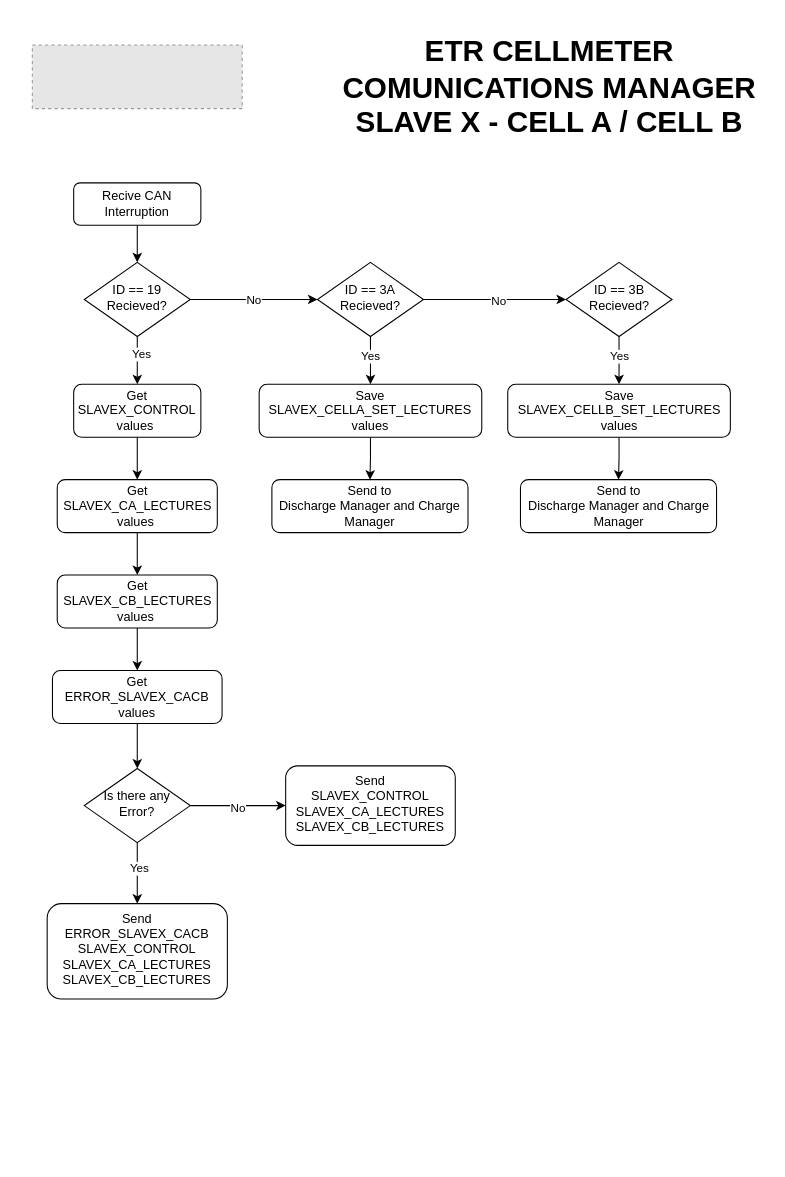
Before: SW/1_Design Documents/ComunicationsManager_FlowChart.drawio in eTechRacing/CAPACIMETER, a draw.io diagram. Source tidied: cells renumbered, new cells numbered last; positions are measured from the earlier drawing's top-left corner, leaving out a move shared by most shapes. Both pictures are drawn from the tidied source at 106%, with x=0, y=0 at pixel (32, 34). Pictures stored in the file or linked from it are replaced by grey dashed boxes.
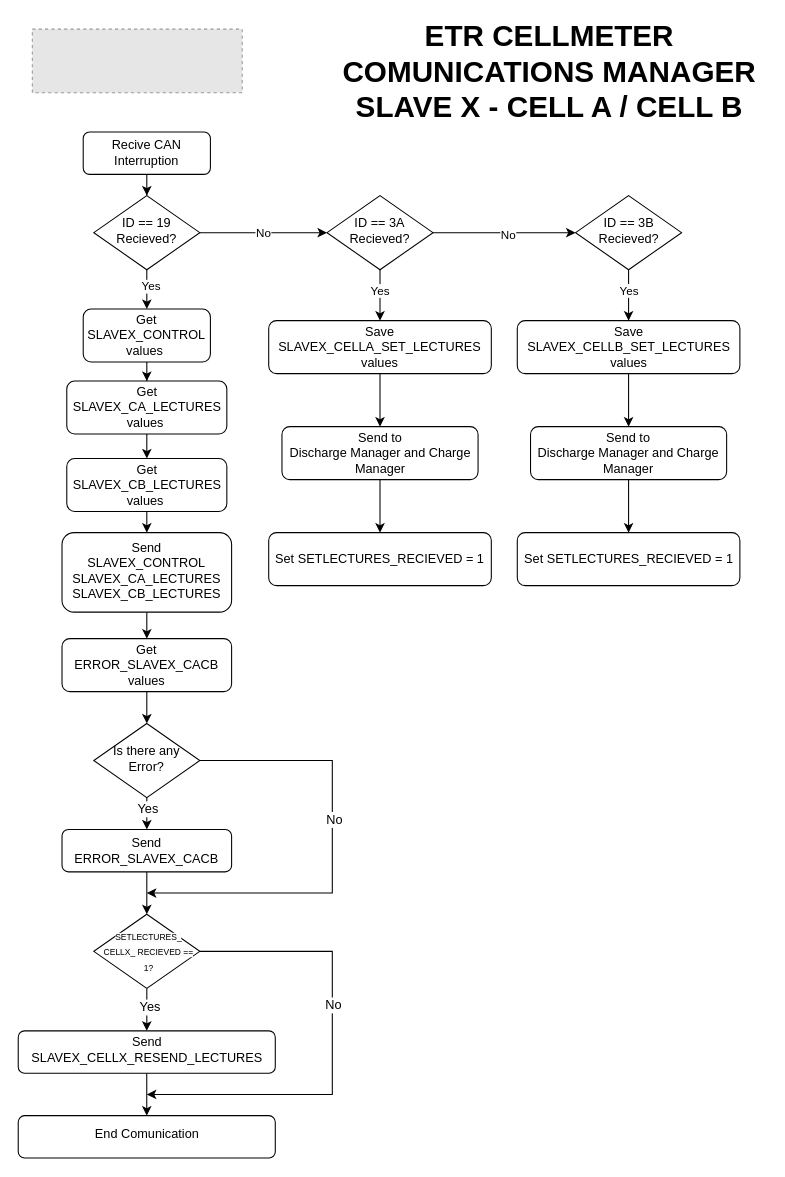
The same page after the edit.

Commit message (it also covers changes not shown here):
Updated Flow Chart

What changed in the source:
```diff
@@
     <mxCell id="3" value="Recive CAN Interruption" style="rounded=1;whiteSpace=wrap;html=1;fontSize=12;glass=0;strokeWidth=1;shadow=0;" parent="1" vertex="1">
-      <mxGeometry x="39" y="140" width="120" height="40" as="geometry" />
+      <mxGeometry x="48" y="92" width="120" height="40" as="geometry" />
     </mxCell>
@@
     <mxCell id="8" value="ID == 19 Recieved?" style="rhombus;whiteSpace=wrap;html=1;shadow=0;fontFamily=Helvetica;fontSize=12;align=center;strokeWidth=1;spacing=6;spacingTop=-4;" parent="1" vertex="1">
-      <mxGeometry x="49" y="215" width="100" height="70" as="geometry" />
+      <mxGeometry x="58" y="152" width="100" height="70" as="geometry" />
     </mxCell>
     <mxCell id="9" style="fillColor=#E6E6E6;strokeColor=#999999;dashed=1;verticalLabelPosition=bottom;labelBackgroundColor=default;verticalAlign=top;" parent="1" vertex="1">
-      <mxGeometry y="10" width="198" height="60" as="geometry" />
+      <mxGeometry y="-5" width="198" height="60" as="geometry" />
     </mxCell>
     <mxCell id="10" value="&lt;font style=&quot;font-size: 28px;&quot;&gt;&lt;b&gt;ETR CELLMETER COMUNICATIONS MANAGER&lt;/b&gt;&lt;/font&gt;&lt;div&gt;&lt;span style=&quot;font-size: 28px;&quot;&gt;&lt;b&gt;SLAVE X - CELL A / CELL B&lt;/b&gt;&lt;/span&gt;&lt;/div&gt;" style="text;html=1;align=center;verticalAlign=middle;whiteSpace=wrap;rounded=0;" parent="1" vertex="1">
-      <mxGeometry x="283" width="410" height="100" as="geometry" />
+      <mxGeometry x="283" y="-15" width="410" height="100" as="geometry" />
     </mxCell>
@@
     <mxCell id="12" value="Get SLAVEX_CONTROL values&amp;nbsp;" style="rounded=1;whiteSpace=wrap;html=1;fontSize=12;glass=0;strokeWidth=1;shadow=0;" parent="1" vertex="1">
-      <mxGeometry x="39" y="330" width="120" height="50" as="geometry" />
+      <mxGeometry x="48" y="259" width="120" height="50" as="geometry" />
     </mxCell>
@@
     <mxCell id="14" value="Get SLAVEX_CA_LECTURES values&amp;nbsp;" style="rounded=1;whiteSpace=wrap;html=1;fontSize=12;glass=0;strokeWidth=1;shadow=0;" parent="1" vertex="1">
-      <mxGeometry x="23.5" y="420" width="151" height="50" as="geometry" />
+      <mxGeometry x="32.5" y="327" width="151" height="50" as="geometry" />
     </mxCell>
-    <mxCell id="15" style="edgeStyle=orthogonalEdgeStyle;rounded=0;jettySize=auto;html=1;" parent="1" edge="1" source="16" target="23">
-      <mxGeometry relative="1" as="geometry" />
-    </mxCell>
+    <mxCell id="40" style="edgeStyle=orthogonalEdgeStyle;rounded=0;jettySize=auto;html=1;fontFamily=Helvetica;fontSize=12;fontColor=default;" parent="1" edge="1" source="16">
+      <mxGeometry relative="1" as="geometry">
+        <mxPoint x="108" y="470" as="targetPoint" />
+      </mxGeometry>
+    </mxCell>
     <mxCell id="16" value="Get SLAVEX_CB_LECTURES values&amp;nbsp;" style="rounded=1;whiteSpace=wrap;html=1;fontSize=12;glass=0;strokeWidth=1;shadow=0;" parent="1" vertex="1">
-      <mxGeometry x="23.5" y="510" width="151" height="50" as="geometry" />
+      <mxGeometry x="32.5" y="400" width="151" height="50" as="geometry" />
     </mxCell>
-    <mxCell id="17" style="edgeStyle=orthogonalEdgeStyle;rounded=0;jettySize=auto;html=1;" parent="1" edge="1" source="21" target="24">
-      <mxGeometry relative="1" as="geometry" />
-    </mxCell>
-    <mxCell id="18" value="Yes" style="edgeLabel;html=1;align=center;verticalAlign=middle;" parent="17" vertex="1">
-      <mxGeometry x="-0.15" y="1" relative="1" as="geometry" />
-    </mxCell>
-    <mxCell id="19" style="edgeStyle=orthogonalEdgeStyle;rounded=0;jettySize=auto;html=1;" parent="1" edge="1" source="21" target="25">
-      <mxGeometry relative="1" as="geometry" />
-    </mxCell>
-    <mxCell id="20" value="No" style="edgeLabel;html=1;align=center;verticalAlign=middle;" parent="19" vertex="1">
-      <mxGeometry x="-0.03" y="-2" relative="1" as="geometry" />
-    </mxCell>
+    <mxCell id="41" style="edgeStyle=orthogonalEdgeStyle;rounded=0;jettySize=auto;html=1;fontFamily=Helvetica;fontSize=12;fontColor=default;" parent="1" edge="1" source="21" target="59">
+      <mxGeometry relative="1" as="geometry" />
+    </mxCell>
+    <mxCell id="42" value="Yes" style="edgeLabel;html=1;align=center;verticalAlign=middle;rounded=1;shadow=0;glass=0;strokeColor=default;strokeWidth=1;fontFamily=Helvetica;fontSize=12;fontColor=default;fillColor=default;" parent="41" vertex="1">
+      <mxGeometry x="-0.35" y="-1" relative="1" as="geometry">
+        <mxPoint x="1" y="-6" as="offset" />
+      </mxGeometry>
+    </mxCell>
     <mxCell id="21" value="Is there any Error?" style="rhombus;whiteSpace=wrap;html=1;shadow=0;fontFamily=Helvetica;fontSize=12;align=center;strokeWidth=1;spacing=6;spacingTop=-4;" parent="1" vertex="1">
-      <mxGeometry x="49" y="692.5" width="100" height="70" as="geometry" />
+      <mxGeometry x="58" y="650" width="100" height="70" as="geometry" />
     </mxCell>
-    <mxCell id="22" style="edgeStyle=orthogonalEdgeStyle;rounded=0;jettySize=auto;html=1;" parent="1" edge="1" source="23" target="21">
-      <mxGeometry relative="1" as="geometry" />
-    </mxCell>
-    <mxCell id="23" value="Get ERROR_SLAVEX_CACB values" style="rounded=1;whiteSpace=wrap;html=1;fontSize=12;glass=0;strokeWidth=1;shadow=0;" parent="1" vertex="1">
-      <mxGeometry x="19" y="600" width="160" height="50" as="geometry" />
-    </mxCell>
-    <mxCell id="24" value="Send&lt;div&gt;ERROR_SLAVEX_CACB&lt;/div&gt;&lt;div&gt;SLAVEX_CONTROL&lt;/div&gt;&lt;div&gt;SLAVEX_CA_LECTURES&lt;/div&gt;&lt;div&gt;SLAVEX_CB_LECTURES&lt;/div&gt;" style="rounded=1;whiteSpace=wrap;html=1;shadow=0;strokeWidth=1;spacing=6;spacingTop=-4;" parent="1" vertex="1">
-      <mxGeometry x="14" y="820" width="170" height="90" as="geometry" />
-    </mxCell>
-    <mxCell id="25" value="Send&lt;div&gt;&lt;div&gt;SLAVEX_CONTROL&lt;/div&gt;&lt;div&gt;SLAVEX_CA_LECTURES&lt;/div&gt;&lt;div&gt;SLAVEX_CB_LECTURES&lt;/div&gt;&lt;/div&gt;" style="rounded=1;whiteSpace=wrap;html=1;shadow=0;strokeWidth=1;spacing=6;spacingTop=-4;" parent="1" vertex="1">
-      <mxGeometry x="239" y="690" width="160" height="75" as="geometry" />
-    </mxCell>
-    <mxCell id="26" style="edgeStyle=orthogonalEdgeStyle;rounded=0;jettySize=auto;html=1;" parent="1" edge="1" source="27" target="28">
-      <mxGeometry relative="1" as="geometry" />
-    </mxCell>
+    <mxCell id="43" style="edgeStyle=orthogonalEdgeStyle;rounded=0;jettySize=auto;html=1;fontFamily=Helvetica;fontSize=12;fontColor=default;" parent="1" edge="1" source="27" target="47">
+      <mxGeometry relative="1" as="geometry" />
+    </mxCell>
     <mxCell id="27" value="Save&lt;div&gt;SLAVEX_CELLA_SET_LECTURES&lt;br&gt;&lt;div&gt;&amp;nbsp;values&amp;nbsp;&lt;/div&gt;&lt;/div&gt;" style="rounded=1;whiteSpace=wrap;html=1;fontSize=12;glass=0;strokeWidth=1;shadow=0;" parent="1" vertex="1">
-      <mxGeometry x="214" y="330" width="210" height="50" as="geometry" />
+      <mxGeometry x="223" y="270" width="210" height="50" as="geometry" />
     </mxCell>
-    <mxCell id="28" value="Send to&lt;br&gt;&lt;div&gt;Discharge Manager and Charge Manager&lt;/div&gt;" style="rounded=1;whiteSpace=wrap;html=1;fontSize=12;glass=0;strokeWidth=1;shadow=0;" parent="1" vertex="1">
-      <mxGeometry x="226" y="420" width="185" height="50" as="geometry" />
-    </mxCell>
@@
     <mxCell id="33" value="ID == 3A Recieved?" style="rhombus;whiteSpace=wrap;html=1;shadow=0;fontFamily=Helvetica;fontSize=12;align=center;strokeWidth=1;spacing=6;spacingTop=-4;" parent="1" vertex="1">
-      <mxGeometry x="269" y="215" width="100" height="70" as="geometry" />
+      <mxGeometry x="278" y="152" width="100" height="70" as="geometry" />
     </mxCell>
@@
     <mxCell id="36" value="ID == 3B Recieved?" style="rhombus;whiteSpace=wrap;html=1;shadow=0;fontFamily=Helvetica;fontSize=12;align=center;strokeWidth=1;spacing=6;spacingTop=-4;" parent="1" vertex="1">
-      <mxGeometry x="503.5" y="215" width="100" height="70" as="geometry" />
+      <mxGeometry x="512.5" y="152" width="100" height="70" as="geometry" />
     </mxCell>
-    <mxCell id="37" style="edgeStyle=orthogonalEdgeStyle;rounded=0;jettySize=auto;html=1;exitX=0.5;exitY=1;exitDx=0;exitDy=0;" parent="1" edge="1" source="38" target="39">
-      <mxGeometry relative="1" as="geometry" />
-    </mxCell>
+    <mxCell id="44" style="edgeStyle=orthogonalEdgeStyle;rounded=0;jettySize=auto;html=1;fontFamily=Helvetica;fontSize=12;fontColor=default;" parent="1" edge="1" source="38" target="50">
+      <mxGeometry relative="1" as="geometry" />
+    </mxCell>
     <mxCell id="38" value="Save&lt;div&gt;SLAVEX_CELLB_SET_LECTURES&lt;br&gt;&lt;div&gt;&amp;nbsp;values&amp;nbsp;&lt;/div&gt;&lt;/div&gt;" style="rounded=1;whiteSpace=wrap;html=1;fontSize=12;glass=0;strokeWidth=1;shadow=0;" parent="1" vertex="1">
-      <mxGeometry x="448.5" y="330" width="210" height="50" as="geometry" />
+      <mxGeometry x="457.5" y="270" width="210" height="50" as="geometry" />
     </mxCell>
-    <mxCell id="39" value="Send to&lt;br&gt;&lt;div&gt;Discharge Manager and Charge Manager&lt;/div&gt;" style="rounded=1;whiteSpace=wrap;html=1;fontSize=12;glass=0;strokeWidth=1;shadow=0;" parent="1" vertex="1">
-      <mxGeometry x="460.5" y="420" width="185" height="50" as="geometry" />
-    </mxCell>
+    <mxCell id="45" value="Set SETLECTURES_RECIEVED = 1" style="rounded=1;whiteSpace=wrap;html=1;fontSize=12;glass=0;strokeWidth=1;shadow=0;" parent="1" vertex="1">
+      <mxGeometry x="223" y="470" width="210" height="50" as="geometry" />
+    </mxCell>
+    <mxCell id="46" style="edgeStyle=orthogonalEdgeStyle;rounded=0;jettySize=auto;html=1;fontFamily=Helvetica;fontSize=12;fontColor=default;" parent="1" edge="1" source="47" target="45">
+      <mxGeometry relative="1" as="geometry" />
+    </mxCell>
+    <mxCell id="47" value="Send to&lt;br&gt;&lt;div&gt;Discharge Manager and Charge Manager&lt;/div&gt;" style="rounded=1;whiteSpace=wrap;html=1;fontSize=12;glass=0;strokeWidth=1;shadow=0;" parent="1" vertex="1">
+      <mxGeometry x="235.5" y="370" width="185" height="50" as="geometry" />
+    </mxCell>
+    <mxCell id="48" value="Set SETLECTURES_RECIEVED = 1" style="rounded=1;whiteSpace=wrap;html=1;fontSize=12;glass=0;strokeWidth=1;shadow=0;" parent="1" vertex="1">
+      <mxGeometry x="457.5" y="470" width="210" height="50" as="geometry" />
+    </mxCell>
+    <mxCell id="49" style="edgeStyle=orthogonalEdgeStyle;rounded=0;jettySize=auto;html=1;fontFamily=Helvetica;fontSize=12;fontColor=default;" parent="1" edge="1" source="50" target="48">
+      <mxGeometry relative="1" as="geometry" />
+    </mxCell>
+    <mxCell id="50" value="Send to&lt;br&gt;&lt;div&gt;Discharge Manager and Charge Manager&lt;/div&gt;" style="rounded=1;whiteSpace=wrap;html=1;fontSize=12;glass=0;strokeWidth=1;shadow=0;" parent="1" vertex="1">
+      <mxGeometry x="470" y="370" width="185" height="50" as="geometry" />
+    </mxCell>
+    <mxCell id="51" style="edgeStyle=orthogonalEdgeStyle;rounded=0;jettySize=auto;html=1;fontFamily=Helvetica;fontSize=12;fontColor=default;" parent="1" edge="1" source="52" target="62">
+      <mxGeometry relative="1" as="geometry" />
+    </mxCell>
+    <mxCell id="52" value="Send SLAVEX_CELLX_RESEND_LECTURES" style="rounded=1;whiteSpace=wrap;html=1;shadow=0;strokeWidth=1;spacing=6;spacingTop=-4;" parent="1" vertex="1">
+      <mxGeometry x="-13.3" y="940" width="242.5" height="40" as="geometry" />
+    </mxCell>
+    <mxCell id="53" style="edgeStyle=orthogonalEdgeStyle;rounded=0;jettySize=auto;html=1;fontFamily=Helvetica;fontSize=12;fontColor=default;" parent="1" edge="1" source="55" target="52">
+      <mxGeometry relative="1" as="geometry" />
+    </mxCell>
+    <mxCell id="54" value="Yes" style="edgeLabel;html=1;align=center;verticalAlign=middle;rounded=1;shadow=0;glass=0;strokeColor=default;strokeWidth=1;fontFamily=Helvetica;fontSize=12;fontColor=default;fillColor=default;" parent="53" vertex="1">
+      <mxGeometry x="-0.15" y="2" relative="1" as="geometry" />
+    </mxCell>
+    <mxCell id="55" style="rhombus;whiteSpace=wrap;html=1;shadow=0;fontFamily=Helvetica;fontSize=12;align=center;strokeWidth=1;spacing=6;spacingTop=-4;" parent="1" vertex="1">
+      <mxGeometry x="58" y="830" width="100" height="70" as="geometry" />
+    </mxCell>
+    <mxCell id="56" value="&lt;br&gt;&lt;span style=&quot;color: rgb(0, 0, 0); font-family: Helvetica; font-size: 8px; font-style: normal; font-variant-ligatures: normal; font-variant-caps: normal; font-weight: 400; letter-spacing: normal; orphans: 2; text-align: center; text-indent: 0px; text-transform: none; widows: 2; word-spacing: 0px; -webkit-text-stroke-width: 0px; white-space: normal; background-color: rgb(251, 251, 251); text-decoration-thickness: initial; text-decoration-style: initial; text-decoration-color: initial; display: inline !important; float: none;&quot;&gt;SETLECTURES_ CELLX_ RECIEVED == 1?&lt;/span&gt;&lt;div&gt;&lt;br&gt;&lt;/div&gt;" style="text;html=1;align=center;verticalAlign=middle;whiteSpace=wrap;rounded=0;fontFamily=Helvetica;fontSize=12;fontColor=default;" parent="1" vertex="1">
+      <mxGeometry x="65" y="850" width="90" height="30" as="geometry" />
+    </mxCell>
+    <mxCell id="22" style="edgeStyle=orthogonalEdgeStyle;rounded=0;jettySize=auto;html=1;fontFamily=Helvetica;fontSize=12;fontColor=default;" parent="1" edge="1" source="23" target="21">
+      <mxGeometry relative="1" as="geometry" />
+    </mxCell>
+    <mxCell id="23" value="Get ERROR_SLAVEX_CACB values" style="rounded=1;whiteSpace=wrap;html=1;fontSize=12;glass=0;strokeWidth=1;shadow=0;" parent="1" vertex="1">
+      <mxGeometry x="28" y="570" width="160" height="50" as="geometry" />
+    </mxCell>
+    <mxCell id="57" style="edgeStyle=orthogonalEdgeStyle;rounded=0;jettySize=auto;html=1;fontFamily=Helvetica;fontSize=12;fontColor=default;" parent="1" edge="1" source="25" target="23">
+      <mxGeometry relative="1" as="geometry" />
+    </mxCell>
+    <mxCell id="25" value="Send&lt;div&gt;&lt;div&gt;SLAVEX_CONTROL&lt;/div&gt;&lt;div&gt;SLAVEX_CA_LECTURES&lt;/div&gt;&lt;div&gt;SLAVEX_CB_LECTURES&lt;/div&gt;&lt;/div&gt;" style="rounded=1;whiteSpace=wrap;html=1;shadow=0;strokeWidth=1;spacing=6;spacingTop=-4;" parent="1" vertex="1">
+      <mxGeometry x="28" y="470" width="160" height="75" as="geometry" />
+    </mxCell>
+    <mxCell id="58" style="edgeStyle=orthogonalEdgeStyle;rounded=0;jettySize=auto;html=1;fontFamily=Helvetica;fontSize=12;fontColor=default;" parent="1" edge="1" source="59" target="55">
+      <mxGeometry relative="1" as="geometry" />
+    </mxCell>
+    <mxCell id="59" value="Send ERROR_SLAVEX_CACB" style="rounded=1;whiteSpace=wrap;html=1;fontSize=12;glass=0;strokeWidth=1;shadow=0;" parent="1" vertex="1">
+      <mxGeometry x="28" y="750" width="160" height="40" as="geometry" />
+    </mxCell>
+    <mxCell id="60" style="endArrow=classic;html=1;rounded=0;fontFamily=Helvetica;fontSize=12;fontColor=default;exitX=1;exitY=0.5;exitDx=0;exitDy=0;" parent="1" edge="1" source="21">
+      <mxGeometry relative="1" as="geometry">
+        <mxPoint x="108" y="810" as="targetPoint" />
+        <Array as="points">
+          <mxPoint x="283" y="685" />
+          <mxPoint x="283" y="810" />
+          <mxPoint x="243" y="810" />
+        </Array>
+      </mxGeometry>
+    </mxCell>
+    <mxCell id="61" value="No" style="edgeLabel;html=1;align=center;verticalAlign=middle;rounded=1;shadow=0;glass=0;strokeColor=default;strokeWidth=1;fontFamily=Helvetica;fontSize=12;fontColor=default;fillColor=default;" parent="60" vertex="1">
+      <mxGeometry x="-0.67" y="3" relative="1" as="geometry">
+        <mxPoint x="56" y="58" as="offset" />
+      </mxGeometry>
+    </mxCell>
+    <mxCell id="62" value="End Comunication" style="rounded=1;whiteSpace=wrap;html=1;shadow=0;strokeWidth=1;spacing=6;spacingTop=-4;" parent="1" vertex="1">
+      <mxGeometry x="-13.3" y="1020" width="242.5" height="40" as="geometry" />
+    </mxCell>
+    <mxCell id="63" style="endArrow=classic;html=1;rounded=0;fontFamily=Helvetica;fontSize=12;fontColor=default;exitX=1;exitY=0.5;exitDx=0;exitDy=0;" parent="1" edge="1" source="55">
+      <mxGeometry relative="1" as="geometry">
+        <mxPoint x="108" y="1000" as="targetPoint" />
+        <Array as="points">
+          <mxPoint x="283" y="865" />
+          <mxPoint x="283" y="1000" />
+        </Array>
+      </mxGeometry>
+    </mxCell>
+    <mxCell id="64" value="No" style="edgeLabel;html=1;align=center;verticalAlign=middle;rounded=1;shadow=0;glass=0;strokeColor=default;strokeWidth=1;fontFamily=Helvetica;fontSize=12;fontColor=default;fillColor=default;" parent="63" vertex="1">
+      <mxGeometry y="-2" relative="1" as="geometry">
+        <mxPoint x="2" y="-43" as="offset" />
+      </mxGeometry>
+    </mxCell>
```
